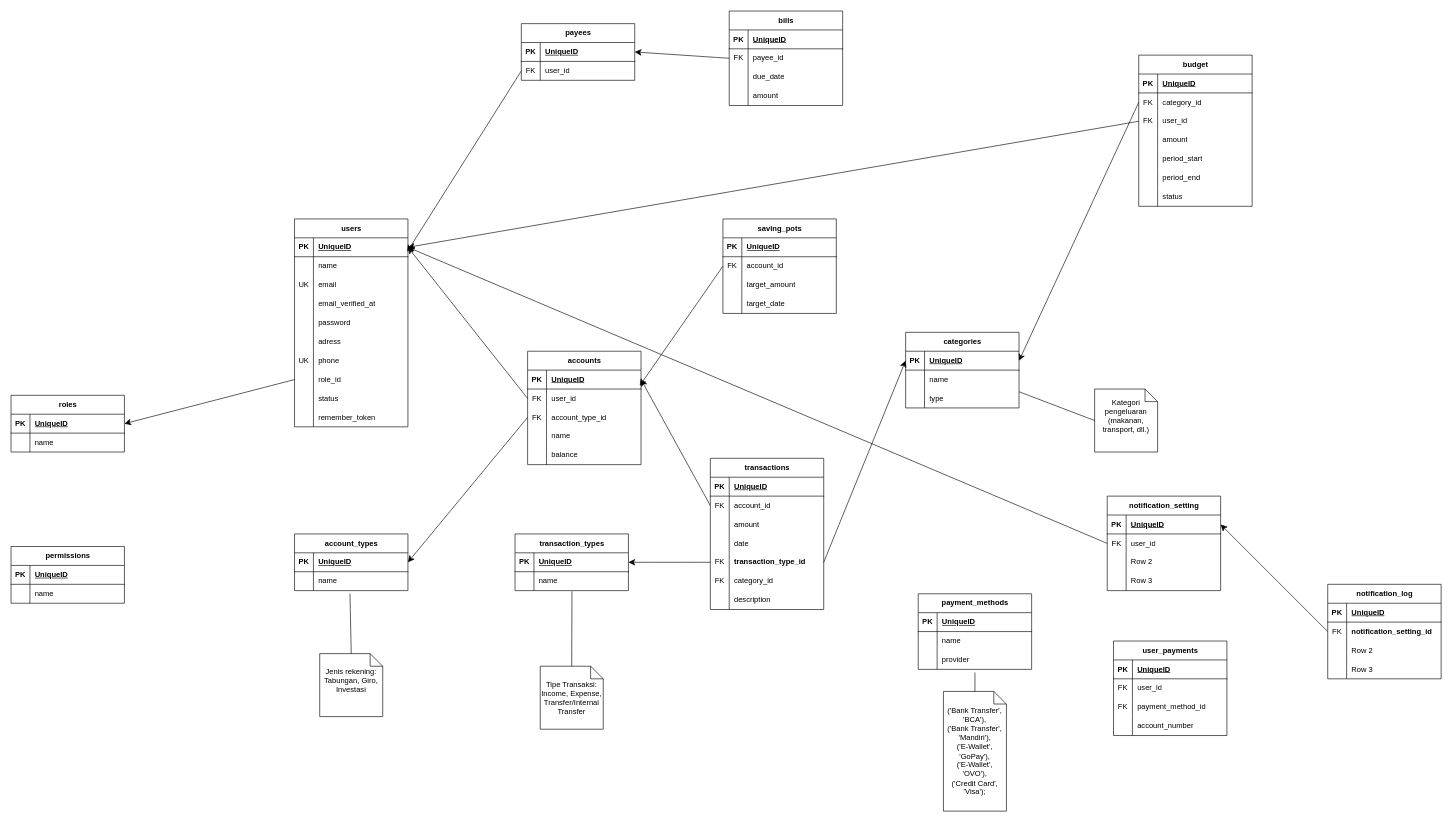
Earlier version of the draw.io diagram ERD.drawio (ApanyaClay/backendify). Source tidied: cells renumbered, new cells numbered last; positions are measured from the earlier drawing's top-left corner, leaving out a move shared by most shapes. Both pictures are drawn from the tidied source at 63%, with x=0, y=0 at pixel (11, 11).
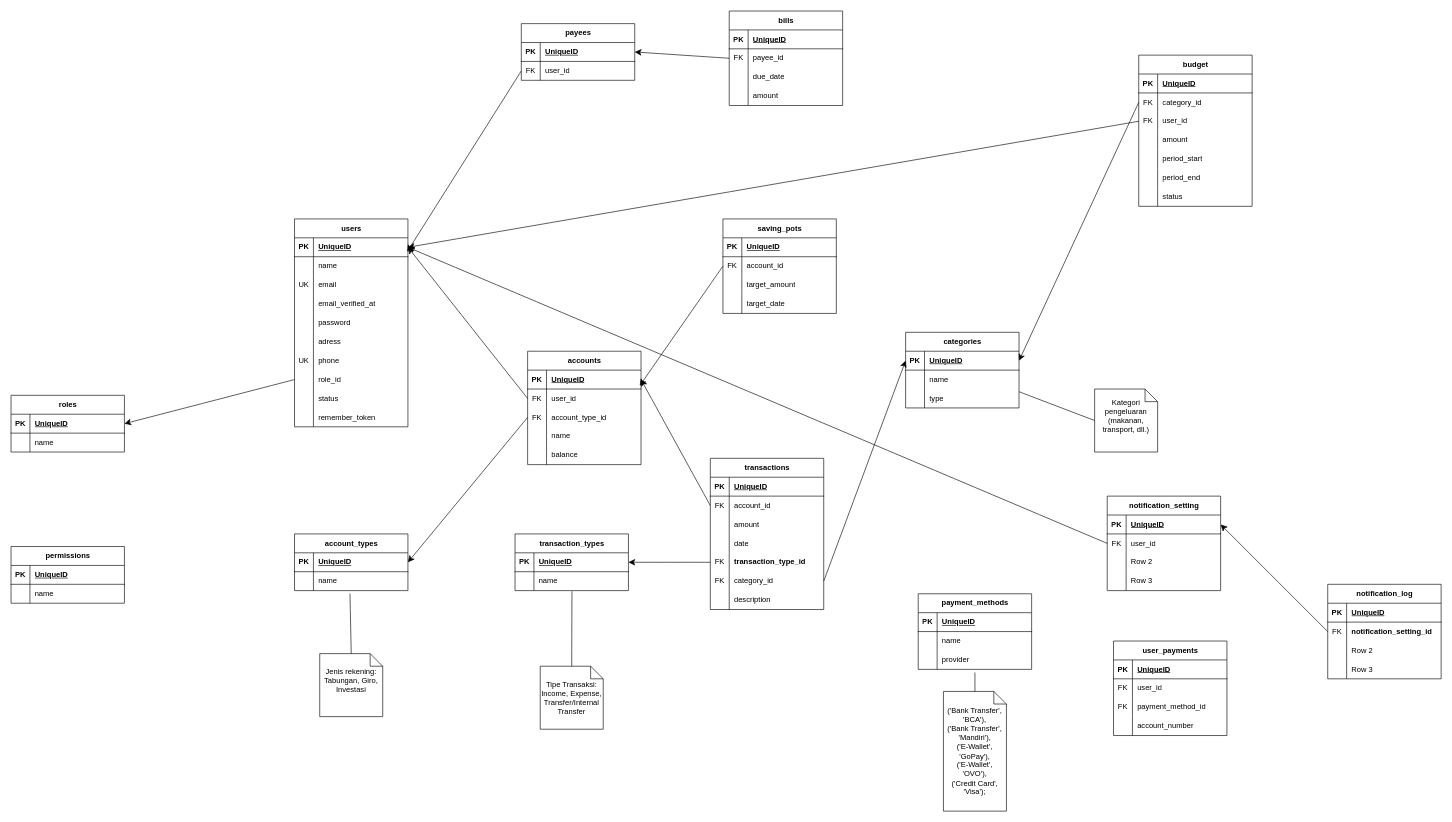
Above is the later version.

Unchanged cells that the change refers to:
```xml
<mxCell id="69" style="shape=tableRow;horizontal=0;startSize=0;swimlaneHead=0;swimlaneBody=0;fillColor=none;points=[[0,0.5],[1,0.5]];portConstraint=eastwest;top=0;left=0;right=0;bottom=0;" parent="56" vertex="1">
  <mxGeometry y="150" width="180" height="30" as="geometry" />
</mxCell>
<mxCell id="72" style="shape=tableRow;horizontal=0;startSize=0;swimlaneHead=0;swimlaneBody=0;fillColor=none;points=[[0,0.5],[1,0.5]];portConstraint=eastwest;top=0;left=0;right=0;bottom=0;" parent="56" vertex="1">
  <mxGeometry y="180" width="180" height="30" as="geometry" />
</mxCell>
<mxCell id="99" style="shape=tableRow;horizontal=0;startSize=0;swimlaneHead=0;swimlaneBody=0;fillColor=none;points=[[0,0.5],[1,0.5]];portConstraint=eastwest;top=0;left=0;right=0;bottom=1;" parent="98" vertex="1">
  <mxGeometry y="30" width="180" height="30" as="geometry" />
</mxCell>
```

Diff of the diagram source:
```diff
@@
-    <mxCell id="180" style="edgeStyle=none;curved=1;rounded=0;jettySize=auto;html=1;exitX=1;exitY=0.5;exitDx=0;exitDy=0;entryX=0;entryY=0.5;entryDx=0;entryDy=0;fontSize=12;startSize=8;endSize=8;" parent="1" edge="1" source="69" target="99">
+    <mxCell id="180" style="edgeStyle=none;curved=1;rounded=0;jettySize=auto;html=1;exitX=1;exitY=0.5;exitDx=0;exitDy=0;entryX=0;entryY=0.5;entryDx=0;entryDy=0;fontSize=12;startSize=8;endSize=8;" parent="1" edge="1" source="72" target="99">
       <mxGeometry relative="1" as="geometry" />
     </mxCell>
```
